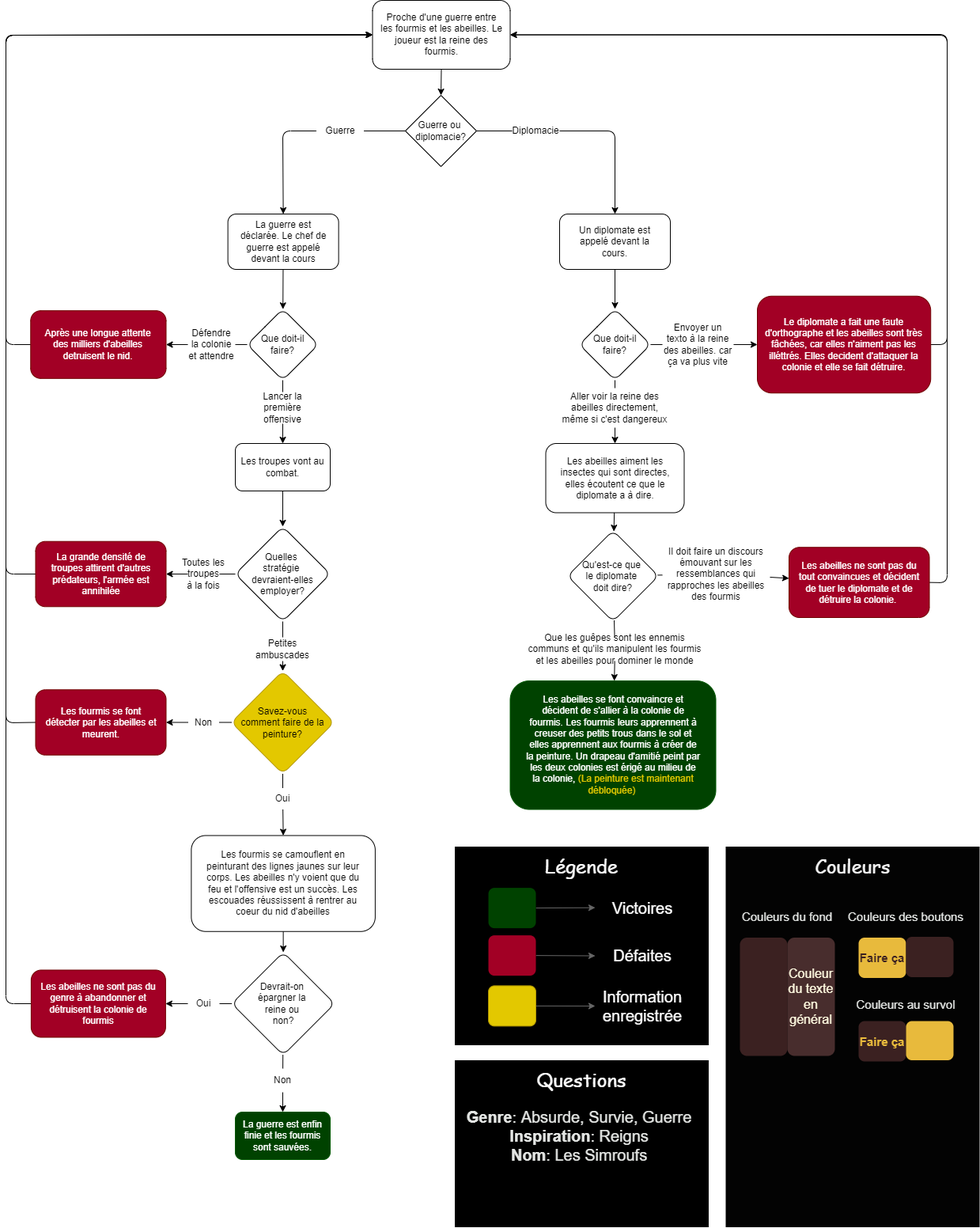
Earlier version of the draw.io export assets/synopsis.png (Jasmine-Lapierre/vous-etes-le-heros-simroufs). Source tidied: cells renumbered, new cells last; positions are measured from the earlier drawing's top-left corner, leaving out a move shared by most shapes.
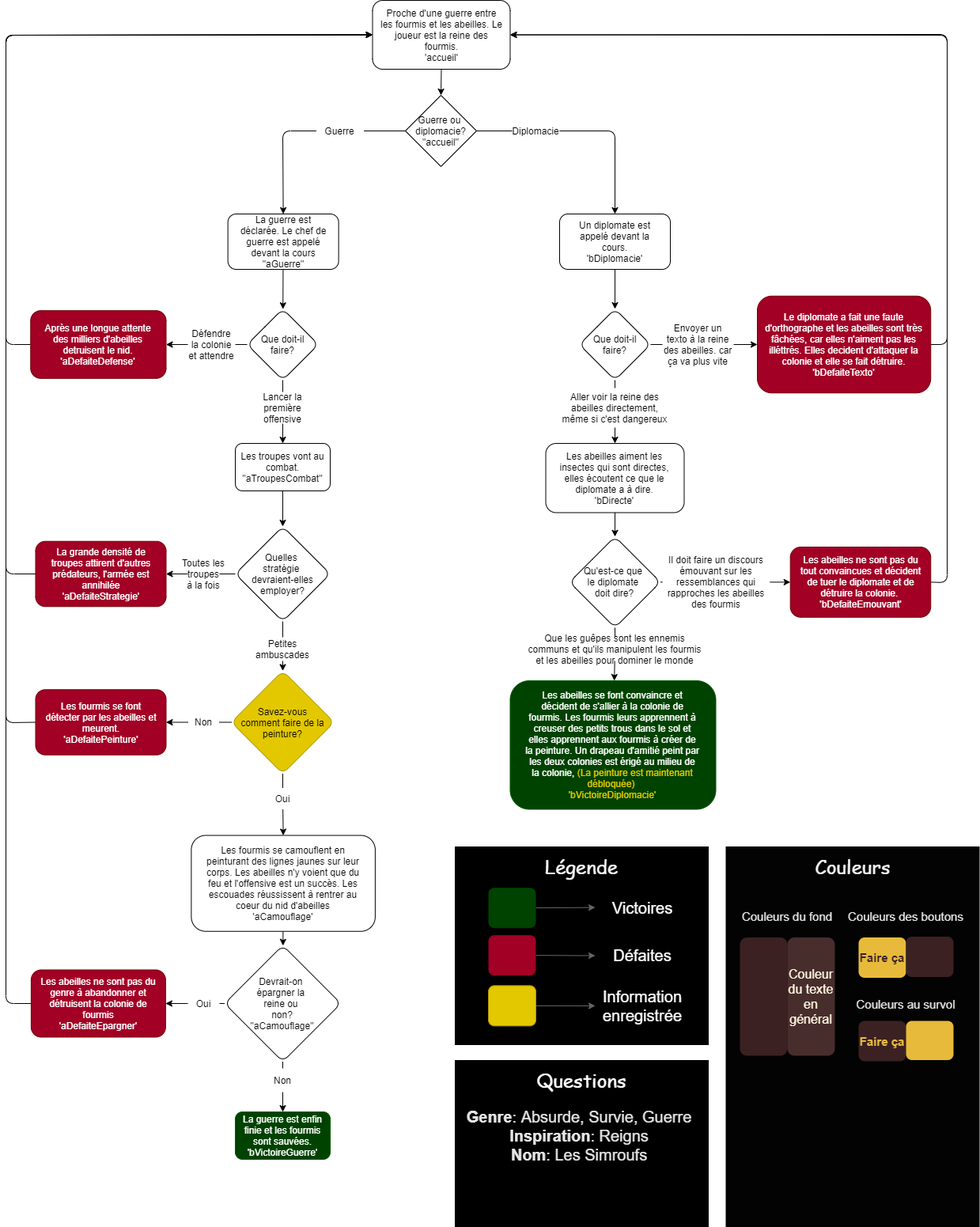
After the change.

Commit message:
Changement Diagramme png

Diff of the diagram source:
```diff
@@ -11,7 +11,7 @@
     <mxCell id="4" style="edgeStyle=none;html=1;exitX=0.5;exitY=1;exitDx=0;exitDy=0;entryX=0.5;entryY=0;entryDx=0;entryDy=0;" parent="1" edge="1" source="5" target="8">
       <mxGeometry relative="1" as="geometry" />
     </mxCell>
-    <mxCell id="5" value="Proche d'une guerre entre les fourmis et les abeilles. Le joueur est la reine des fourmis." style="rounded=1;whiteSpace=wrap;html=1;spacing=10;" parent="1" vertex="1">
+    <mxCell id="5" value="Proche d'une guerre entre les fourmis et les abeilles. Le joueur est la reine des fourmis.&lt;br&gt;'accueil'" style="rounded=1;whiteSpace=wrap;html=1;spacing=10;" parent="1" vertex="1">
       <mxGeometry x="463.5" width="174" height="87" as="geometry" />
     </mxCell>
     <mxCell id="6" style="edgeStyle=none;html=1;exitX=0;exitY=0.5;exitDx=0;exitDy=0;entryX=0.5;entryY=0;entryDx=0;entryDy=0;startArrow=none;" parent="1" edge="1" source="98" target="10">
@@ -28,19 +28,19 @@
         </Array>
       </mxGeometry>
     </mxCell>
-    <mxCell id="8" value="Guerre ou&amp;nbsp;&lt;br&gt;diplomacie?" style="rhombus;whiteSpace=wrap;html=1;" parent="1" vertex="1">
+    <mxCell id="8" value="Guerre ou&amp;nbsp;&lt;br&gt;diplomacie?&lt;br&gt;&quot;accueil&quot;" style="rhombus;whiteSpace=wrap;html=1;" parent="1" vertex="1">
       <mxGeometry x="505" y="120" width="90" height="90" as="geometry" />
     </mxCell>
     <mxCell id="9" style="edgeStyle=none;html=1;" parent="1" edge="1" source="10" target="15">
       <mxGeometry relative="1" as="geometry" />
     </mxCell>
-    <mxCell id="10" value="La guerre est déclarée. Le chef de guerre est appelé&lt;br&gt;devant la cours" style="rounded=1;whiteSpace=wrap;html=1;spacing=10;" parent="1" vertex="1">
+    <mxCell id="10" value="La guerre est déclarée. Le chef de guerre est appelé&lt;br&gt;devant la cours&lt;br&gt;&quot;aGuerre&quot;" style="rounded=1;whiteSpace=wrap;html=1;spacing=10;" parent="1" vertex="1">
       <mxGeometry x="280.6" y="270" width="140" height="70" as="geometry" />
     </mxCell>
     <mxCell id="11" style="edgeStyle=none;html=1;" parent="1" edge="1" source="12" target="18">
       <mxGeometry relative="1" as="geometry" />
     </mxCell>
-    <mxCell id="12" value="Un diplomate est&lt;br&gt;appelé devant la cours." style="rounded=1;whiteSpace=wrap;html=1;spacing=10;" parent="1" vertex="1">
+    <mxCell id="12" value="Un diplomate est&lt;br&gt;appelé devant la cours.&lt;br&gt;'bDiplomacie'" style="rounded=1;whiteSpace=wrap;html=1;spacing=10;" parent="1" vertex="1">
       <mxGeometry x="700" y="270" width="140" height="70" as="geometry" />
     </mxCell>
     <mxCell id="13" style="edgeStyle=none;html=1;exitX=0.5;exitY=1;exitDx=0;exitDy=0;entryX=0.5;entryY=0;entryDx=0;entryDy=0;startArrow=none;" parent="1" edge="1" source="21" target="20">
@@ -64,7 +64,7 @@
     <mxCell id="19" style="edgeStyle=none;html=1;" parent="1" edge="1" source="20" target="29">
       <mxGeometry relative="1" as="geometry" />
     </mxCell>
-    <mxCell id="20" value="Les troupes vont au combat." style="rounded=1;whiteSpace=wrap;html=1;" parent="1" vertex="1">
+    <mxCell id="20" value="Les troupes vont au combat.&lt;br&gt;&quot;aTroupesCombat&quot;" style="rounded=1;whiteSpace=wrap;html=1;" parent="1" vertex="1">
       <mxGeometry x="290" y="560" width="120" height="60" as="geometry" />
     </mxCell>
     <mxCell id="21" value="Lancer la première offensive" style="text;html=1;strokeColor=none;fillColor=none;align=center;verticalAlign=middle;whiteSpace=wrap;rounded=0;" parent="1" vertex="1">
@@ -81,7 +81,7 @@
         </Array>
       </mxGeometry>
     </mxCell>
-    <mxCell id="24" value="Après une longue attente des milliers d'abeilles detruisent le nid." style="whiteSpace=wrap;html=1;rounded=1;fillColor=#a20025;fontColor=#ffffff;strokeColor=#6F0000;spacing=10;" parent="1" vertex="1">
+    <mxCell id="24" value="Après une longue attente des milliers d'abeilles detruisent le nid.&lt;br&gt;'aDefaiteDefense'" style="whiteSpace=wrap;html=1;rounded=1;fillColor=#a20025;fontColor=#ffffff;strokeColor=#6F0000;spacing=10;" parent="1" vertex="1">
       <mxGeometry x="31.3" y="392.2" width="171.2" height="85.6" as="geometry" />
     </mxCell>
     <mxCell id="25" value="Défendre la colonie et attendre" style="text;html=1;strokeColor=none;fillColor=none;align=center;verticalAlign=middle;whiteSpace=wrap;rounded=0;" parent="1" vertex="1">
@@ -107,7 +107,7 @@
         </Array>
       </mxGeometry>
     </mxCell>
-    <mxCell id="31" value="La grande densité de troupes attirent d'autres prédateurs, l'armée est annihilée" style="whiteSpace=wrap;html=1;rounded=1;fillColor=#a20025;fontColor=#ffffff;strokeColor=#6F0000;spacing=10;" parent="1" vertex="1">
+    <mxCell id="31" value="La grande densité de troupes attirent d'autres prédateurs, l'armée est annihilée&lt;br&gt;'aDefaiteStrategie'" style="whiteSpace=wrap;html=1;rounded=1;fillColor=#a20025;fontColor=#ffffff;strokeColor=#6F0000;spacing=10;" parent="1" vertex="1">
       <mxGeometry x="37.5" y="683.8" width="165" height="82.5" as="geometry" />
     </mxCell>
     <mxCell id="32" value="Toutes&amp;nbsp;les troupes&lt;br&gt;à la fois" style="text;html=1;strokeColor=none;fillColor=none;align=center;verticalAlign=middle;whiteSpace=wrap;rounded=0;" parent="1" vertex="1">
@@ -136,7 +136,7 @@
         </Array>
       </mxGeometry>
     </mxCell>
-    <mxCell id="39" value="Les fourmis se font détecter par les abeilles et meurent." style="whiteSpace=wrap;html=1;rounded=1;fillColor=#a20025;fontColor=#ffffff;strokeColor=#6F0000;spacing=10;" parent="1" vertex="1">
+    <mxCell id="39" value="Les fourmis se font détecter par les abeilles et meurent.&lt;br&gt;'aDefaitePeinture'" style="whiteSpace=wrap;html=1;rounded=1;fillColor=#a20025;fontColor=#ffffff;strokeColor=#6F0000;spacing=10;" parent="1" vertex="1">
       <mxGeometry x="37.5" y="871.2" width="165" height="82.5" as="geometry" />
     </mxCell>
     <mxCell id="40" value="Non" style="text;html=1;strokeColor=none;fillColor=none;align=center;verticalAlign=middle;whiteSpace=wrap;rounded=0;" parent="1" vertex="1">
@@ -148,7 +148,7 @@
     <mxCell id="42" style="edgeStyle=none;html=1;" parent="1" edge="1" source="43" target="46">
       <mxGeometry relative="1" as="geometry" />
     </mxCell>
-    <mxCell id="43" value="Les fourmis se camouflent en peinturant des lignes jaunes sur leur corps. Les abeilles n'y voient que du feu et l'offensive est un succès. Les escouades réussissent à rentrer au coeur du nid d'abeilles" style="whiteSpace=wrap;html=1;rounded=1;spacing=20;" parent="1" vertex="1">
+    <mxCell id="43" value="Les fourmis se camouflent en peinturant des lignes jaunes sur leur corps. Les abeilles n'y voient que du feu et l'offensive est un succès. Les escouades réussissent à rentrer au coeur du nid d'abeilles&lt;br&gt;'aCamouflage'" style="whiteSpace=wrap;html=1;rounded=1;spacing=20;" parent="1" vertex="1">
       <mxGeometry x="234.4" y="1055.5" width="232.5" height="121.2" as="geometry" />
     </mxCell>
     <mxCell id="44" style="edgeStyle=none;html=1;startArrow=none;" parent="1" edge="1" source="48" target="47">
@@ -157,10 +157,10 @@
     <mxCell id="45" style="edgeStyle=none;html=1;startArrow=none;" parent="1" edge="1" source="53" target="51">
       <mxGeometry relative="1" as="geometry" />
     </mxCell>
-    <mxCell id="46" value="Devrait-on &lt;br&gt;épargner la &lt;br&gt;reine ou &lt;br&gt;non?" style="rhombus;whiteSpace=wrap;html=1;rounded=1;" parent="1" vertex="1">
-      <mxGeometry x="285.6" y="1203" width="130" height="130" as="geometry" />
+    <mxCell id="46" value="Devrait-on &lt;br&gt;épargner la &lt;br&gt;reine ou &lt;br&gt;non?&lt;br&gt;&quot;aCamouflage&quot;" style="rhombus;whiteSpace=wrap;html=1;rounded=1;" parent="1" vertex="1">
+      <mxGeometry x="276.5" y="1194.5" width="147" height="147" as="geometry" />
     </mxCell>
-    <mxCell id="47" value="La guerre est enfin finie et les fourmis sont sauvées." style="whiteSpace=wrap;html=1;rounded=1;fillColor=#004200;fontColor=#ffffff;strokeColor=#005700;" parent="1" vertex="1">
+    <mxCell id="47" value="La guerre est enfin finie et les fourmis sont sauvées.&lt;br&gt;'bVictoireGuerre'" style="whiteSpace=wrap;html=1;rounded=1;fillColor=#004200;fontColor=#ffffff;strokeColor=#005700;" parent="1" vertex="1">
       <mxGeometry x="290" y="1405" width="120" height="60" as="geometry" />
     </mxCell>
     <mxCell id="48" value="Non" style="text;html=1;strokeColor=none;fillColor=none;align=center;verticalAlign=middle;whiteSpace=wrap;rounded=0;" parent="1" vertex="1">
@@ -177,7 +177,7 @@
         </Array>
       </mxGeometry>
     </mxCell>
-    <mxCell id="51" value="Les abeilles ne sont pas du genre à abandonner et détruisent la colonie de fourmis" style="whiteSpace=wrap;html=1;rounded=1;fillColor=#a20025;fontColor=#ffffff;strokeColor=#6F0000;spacing=10;" parent="1" vertex="1">
+    <mxCell id="51" value="Les abeilles ne sont pas du genre à abandonner et détruisent la colonie de fourmis&lt;br&gt;'aDefaiteEpargner'" style="whiteSpace=wrap;html=1;rounded=1;fillColor=#a20025;fontColor=#ffffff;strokeColor=#6F0000;spacing=10;" parent="1" vertex="1">
       <mxGeometry x="31.9" y="1225.5" width="170" height="85" as="geometry" />
     </mxCell>
     <mxCell id="52" style="edgeStyle=none;html=1;exitX=1;exitY=0.5;exitDx=0;exitDy=0;entryX=0;entryY=0.5;entryDx=0;entryDy=0;endArrow=none;endFill=0;" parent="1" edge="1" source="53" target="46">
@@ -189,7 +189,7 @@
     <mxCell id="54" style="edgeStyle=none;html=1;" parent="1" edge="1" source="55" target="58">
       <mxGeometry relative="1" as="geometry" />
     </mxCell>
-    <mxCell id="55" value="Les abeilles aiment les insectes qui sont directes, elles écoutent ce que le diplomate a à dire." style="whiteSpace=wrap;html=1;rounded=1;spacing=10;" parent="1" vertex="1">
+    <mxCell id="55" value="Les abeilles aiment les insectes qui sont directes, elles écoutent ce que le diplomate a à dire.&lt;br&gt;'bDirecte'" style="whiteSpace=wrap;html=1;rounded=1;spacing=10;" parent="1" vertex="1">
       <mxGeometry x="682.5" y="560" width="175" height="87.5" as="geometry" />
     </mxCell>
     <mxCell id="56" style="edgeStyle=none;html=1;startArrow=none;" parent="1" edge="1" source="60" target="59">
@@ -199,9 +199,9 @@
       <mxGeometry relative="1" as="geometry" />
     </mxCell>
     <mxCell id="58" value="Qu'est-ce que &lt;br&gt;le diplomate &lt;br&gt;doit dire?" style="rhombus;whiteSpace=wrap;html=1;rounded=1;" parent="1" vertex="1">
-      <mxGeometry x="710" y="670" width="115" height="115" as="geometry" />
+      <mxGeometry x="712.5" y="677.9" width="115" height="115" as="geometry" />
     </mxCell>
-    <mxCell id="59" value="Les abeilles&amp;nbsp;se font convaincre et décident de s'allier à la colonie de fourmis. Les fourmis leurs apprennent à creuser des petits trous dans le sol et elles apprennent aux fourmis à créer de la peinture. Un drapeau d'amitié peint par les deux colonies est érigé au milieu de la colonie,&amp;nbsp;&lt;font color=&quot;#e3c800&quot;&gt;(La peinture est maintenant débloquée)&amp;nbsp;&lt;/font&gt;" style="whiteSpace=wrap;html=1;rounded=1;fillColor=#004200;fontColor=#ffffff;strokeColor=#005700;spacing=20;spacingTop=0;spacingLeft=0;spacingBottom=0;spacingRight=0;" parent="1" vertex="1">
+    <mxCell id="59" value="Les abeilles&amp;nbsp;se font convaincre et décident de s'allier à la colonie de fourmis. Les fourmis leurs apprennent à creuser des petits trous dans le sol et elles apprennent aux fourmis à créer de la peinture. Un drapeau d'amitié peint par les deux colonies est érigé au milieu de la colonie,&amp;nbsp;&lt;font color=&quot;#e3c800&quot;&gt;(La peinture est maintenant débloquée)&amp;nbsp;&lt;br&gt;'bVictoireDiplomacie'&lt;br&gt;&lt;/font&gt;" style="whiteSpace=wrap;html=1;rounded=1;fillColor=#004200;fontColor=#ffffff;strokeColor=#005700;spacing=20;spacingTop=0;spacingLeft=0;spacingBottom=0;spacingRight=0;" parent="1" vertex="1">
       <mxGeometry x="637.5" y="860" width="260" height="162.5" as="geometry" />
     </mxCell>
     <mxCell id="60" value="Que les guêpes sont les ennemis communs et qu'ils manipulent les fourmis et les abeilles pour dominer le monde" style="text;html=1;strokeColor=none;fillColor=none;align=center;verticalAlign=middle;whiteSpace=wrap;rounded=0;" parent="1" vertex="1">
@@ -218,7 +218,7 @@
         </Array>
       </mxGeometry>
     </mxCell>
-    <mxCell id="63" value="Le diplomate a fait une faute d'orthographe et les abeilles sont très fâchées, car elles n'aiment pas les illéttrés. Elles decident d'attaquer la colonie et elle se fait détruire." style="whiteSpace=wrap;html=1;rounded=1;fillColor=#a20025;fontColor=#ffffff;strokeColor=#6F0000;spacing=10;" parent="1" vertex="1">
+    <mxCell id="63" value="Le diplomate a fait une faute d'orthographe et les abeilles sont très fâchées, car elles n'aiment pas les illéttrés. Elles decident d'attaquer la colonie et elle se fait détruire.&lt;br&gt;'bDefaiteTexto'" style="whiteSpace=wrap;html=1;rounded=1;fillColor=#a20025;fontColor=#ffffff;strokeColor=#6F0000;spacing=10;" parent="1" vertex="1">
       <mxGeometry x="950" y="373.8" width="219.2" height="122.5" as="geometry" />
     </mxCell>
     <mxCell id="64" value="Envoyer un texto à la reine des abeilles. car ça va plus vite" style="text;html=1;strokeColor=none;fillColor=none;align=center;verticalAlign=middle;whiteSpace=wrap;rounded=0;" parent="1" vertex="1">
@@ -241,11 +241,11 @@
         </Array>
       </mxGeometry>
     </mxCell>
-    <mxCell id="69" value="Les abeilles ne sont pas du tout convaincues et décident de tuer le diplomate et de détruire la colonie.&amp;nbsp;" style="whiteSpace=wrap;html=1;rounded=1;fillColor=#a20025;fontColor=#ffffff;strokeColor=#6F0000;spacing=10;" parent="1" vertex="1">
-      <mxGeometry x="990" y="691.2" width="177.5" height="88.8" as="geometry" />
+    <mxCell id="69" value="Les abeilles ne sont pas du tout convaincues et décident de tuer le diplomate et de détruire la colonie.&amp;nbsp;&lt;br&gt;'bDefaiteEmouvant'" style="whiteSpace=wrap;html=1;rounded=1;fillColor=#a20025;fontColor=#ffffff;strokeColor=#6F0000;spacing=10;" parent="1" vertex="1">
+      <mxGeometry x="991.7" y="691" width="177.5" height="88.8" as="geometry" />
     </mxCell>
     <mxCell id="70" value="Il doit faire un discours émouvant sur les ressemblances qui rapproches les abeilles des fourmis" style="text;html=1;strokeColor=none;fillColor=none;align=center;verticalAlign=middle;whiteSpace=wrap;rounded=0;" parent="1" vertex="1">
-      <mxGeometry x="830" y="691" width="136" height="68" as="geometry" />
+      <mxGeometry x="830" y="701.4" width="136" height="68" as="geometry" />
     </mxCell>
     <mxCell id="71" style="edgeStyle=none;html=1;endArrow=none;" parent="1" edge="1" source="58" target="70">
       <mxGeometry relative="1" as="geometry" />
```
